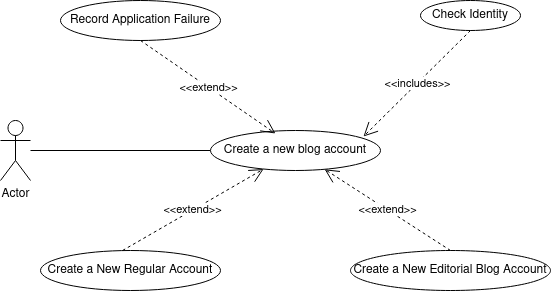
Before: blog/blog.drawio.png, a diagram exported from draw.io (RafaelMayor/ETS). Source tidied: cells renumbered, new cells last; positions are measured from the earlier drawing's top-left corner, leaving out a move shared by most shapes. Source of this version:
```xml
<mxGraphModel>
  <root>
    <mxCell id="0" />
    <mxCell id="1" parent="0" />
    <mxCell id="2" style="edgeStyle=orthogonalEdgeStyle;rounded=0;jettySize=auto;html=1;entryX=0;entryY=0.5;entryDx=0;entryDy=0;endArrow=none;endFill=0;" parent="1" edge="1" source="3" target="8">
      <mxGeometry relative="1" as="geometry" />
    </mxCell>
    <mxCell id="3" value="Actor" style="shape=umlActor;verticalLabelPosition=bottom;verticalAlign=top;html=1;outlineConnect=0;" parent="1" vertex="1">
      <mxGeometry y="120" width="30" height="60" as="geometry" />
    </mxCell>
    <mxCell id="4" value="Check Identity" style="ellipse;whiteSpace=wrap;html=1;" parent="1" vertex="1">
      <mxGeometry x="420" width="100" height="30" as="geometry" />
    </mxCell>
    <mxCell id="5" value="&lt;div&gt;Create a New Editorial Blog Account&lt;/div&gt;" style="ellipse;whiteSpace=wrap;html=1;" parent="1" vertex="1">
      <mxGeometry x="350" y="250" width="200" height="40" as="geometry" />
    </mxCell>
    <mxCell id="6" value="Create a New Regular Account" style="ellipse;whiteSpace=wrap;html=1;" parent="1" vertex="1">
      <mxGeometry x="40" y="250" width="180" height="40" as="geometry" />
    </mxCell>
    <mxCell id="7" value="Record Application Failure" style="ellipse;whiteSpace=wrap;html=1;" parent="1" vertex="1">
      <mxGeometry x="60" width="160" height="40" as="geometry" />
    </mxCell>
    <mxCell id="8" value="Create a new blog account" style="ellipse;whiteSpace=wrap;html=1;" parent="1" vertex="1">
      <mxGeometry x="210" y="130" width="170" height="40" as="geometry" />
    </mxCell>
    <mxCell id="9" value="&amp;lt;&amp;lt;extend&amp;gt;&amp;gt;" style="endArrow=open;endSize=12;dashed=1;html=1;rounded=0;exitX=0.5;exitY=1;exitDx=0;exitDy=0;entryX=0.382;entryY=0.075;entryDx=0;entryDy=0;entryPerimeter=0;" parent="1" edge="1" source="7" target="8">
      <mxGeometry relative="1" as="geometry" />
    </mxCell>
    <mxCell id="10" value="&amp;lt;&amp;lt;includes&amp;gt;&amp;gt;" style="endArrow=open;endSize=12;dashed=1;html=1;rounded=0;exitX=0.5;exitY=1;exitDx=0;exitDy=0;entryX=0.9;entryY=0.15;entryDx=0;entryDy=0;entryPerimeter=0;" parent="1" edge="1" source="4" target="8">
      <mxGeometry relative="1" as="geometry" />
    </mxCell>
    <mxCell id="11" value="&amp;lt;&amp;lt;extend&amp;gt;&amp;gt;" style="endArrow=open;endSize=12;dashed=1;html=1;rounded=0;exitX=0.5;exitY=0;exitDx=0;exitDy=0;" parent="1" edge="1" source="5" target="8">
      <mxGeometry relative="1" as="geometry" />
    </mxCell>
    <mxCell id="12" value="&amp;lt;&amp;lt;extend&amp;gt;&amp;gt;" style="endArrow=open;endSize=12;dashed=1;html=1;rounded=0;exitX=0.456;exitY=0;exitDx=0;exitDy=0;exitPerimeter=0;" parent="1" edge="1" source="6" target="8">
      <mxGeometry relative="1" as="geometry" />
    </mxCell>
  </root>
</mxGraphModel>
```
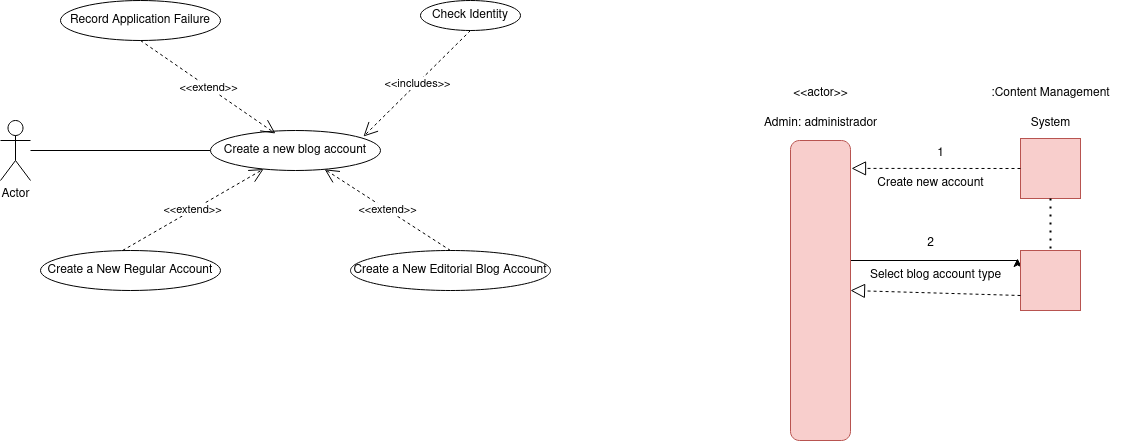
The same file after the commit.

Diff of the diagram source:
```diff
@@ -35,5 +35,54 @@
     <mxCell id="12" value="&amp;lt;&amp;lt;extend&amp;gt;&amp;gt;" style="endArrow=open;endSize=12;dashed=1;html=1;rounded=0;exitX=0.456;exitY=0;exitDx=0;exitDy=0;exitPerimeter=0;" parent="1" edge="1" source="6" target="8">
       <mxGeometry relative="1" as="geometry" />
     </mxCell>
+    <mxCell id="13" value="&amp;lt;&amp;lt;actor&amp;gt;&amp;gt;" style="text;html=1;align=center;verticalAlign=middle;strokeColor=none;fillColor=none;" parent="1" vertex="1">
+      <mxGeometry x="780" y="78" width="80" height="30" as="geometry" />
+    </mxCell>
+    <mxCell id="14" value="Admin: administrador" style="text;html=1;align=center;verticalAlign=middle;strokeColor=none;fillColor=none;" parent="1" vertex="1">
+      <mxGeometry x="750" y="108" width="140" height="30" as="geometry" />
+    </mxCell>
+    <mxCell id="15" style="edgeStyle=orthogonalEdgeStyle;rounded=0;jettySize=auto;html=1;entryX=-0.05;entryY=0.133;entryDx=0;entryDy=0;exitX=0.4;exitY=0;exitDx=0;exitDy=0;exitPerimeter=0;entryPerimeter=0;" parent="1" edge="1" source="16" target="20">
+      <mxGeometry relative="1" as="geometry">
+        <Array as="points">
+          <mxPoint x="1017" y="260" />
+        </Array>
+      </mxGeometry>
+    </mxCell>
+    <mxCell id="16" style="rounded=1;whiteSpace=wrap;html=1;rotation=90;fillColor=#f8cecc;strokeColor=#b85450;" parent="1" vertex="1">
+      <mxGeometry x="670" y="260" width="300" height="60" as="geometry" />
+    </mxCell>
+    <mxCell id="17" value=":Content Management" style="text;html=1;align=center;verticalAlign=middle;strokeColor=none;fillColor=none;" parent="1" vertex="1">
+      <mxGeometry x="980" y="78" width="140" height="30" as="geometry" />
+    </mxCell>
+    <mxCell id="18" value="System" style="text;html=1;align=center;verticalAlign=middle;strokeColor=none;fillColor=none;" parent="1" vertex="1">
+      <mxGeometry x="1020" y="108" width="60" height="30" as="geometry" />
+    </mxCell>
+    <mxCell id="19" style="whiteSpace=wrap;html=1;fillColor=#f8cecc;strokeColor=#b85450;" parent="1" vertex="1">
+      <mxGeometry x="1020" y="138" width="60" height="60" as="geometry" />
+    </mxCell>
+    <mxCell id="20" style="whiteSpace=wrap;html=1;fillColor=#f8cecc;strokeColor=#b85450;" parent="1" vertex="1">
+      <mxGeometry x="1020" y="250" width="60" height="60" as="geometry" />
+    </mxCell>
+    <mxCell id="21" style="endArrow=none;dashed=1;html=1;dashPattern=1 3;strokeWidth=2;rounded=0;entryX=0.5;entryY=0;entryDx=0;entryDy=0;" parent="1" edge="1" source="19" target="20">
+      <mxGeometry relative="1" as="geometry" />
+    </mxCell>
+    <mxCell id="22" style="endArrow=block;dashed=1;endFill=0;endSize=12;html=1;rounded=0;entryX=0.093;entryY=-0.017;entryDx=0;entryDy=0;entryPerimeter=0;exitX=0;exitY=0.5;exitDx=0;exitDy=0;" parent="1" edge="1" source="19" target="16">
+      <mxGeometry relative="1" as="geometry" />
+    </mxCell>
+    <mxCell id="23" value="Create new account" style="text;html=1;align=center;verticalAlign=middle;strokeColor=none;fillColor=none;" parent="1" vertex="1">
+      <mxGeometry x="865" y="168" width="130" height="30" as="geometry" />
+    </mxCell>
+    <mxCell id="24" value="1" style="text;html=1;align=center;verticalAlign=middle;strokeColor=none;fillColor=none;" parent="1" vertex="1">
+      <mxGeometry x="925" y="138" width="30" height="30" as="geometry" />
+    </mxCell>
+    <mxCell id="25" value="2" style="text;html=1;align=center;verticalAlign=middle;strokeColor=none;fillColor=none;" parent="1" vertex="1">
+      <mxGeometry x="915" y="228" width="30" height="30" as="geometry" />
+    </mxCell>
+    <mxCell id="26" value="Select blog account type" style="text;html=1;align=center;verticalAlign=middle;strokeColor=none;fillColor=none;" parent="1" vertex="1">
+      <mxGeometry x="860" y="260" width="150" height="30" as="geometry" />
+    </mxCell>
+    <mxCell id="27" style="endArrow=block;dashed=1;endFill=0;endSize=12;html=1;rounded=0;entryX=0.5;entryY=0;entryDx=0;entryDy=0;exitX=0;exitY=0.75;exitDx=0;exitDy=0;" parent="1" edge="1" source="20" target="16">
+      <mxGeometry relative="1" as="geometry" />
+    </mxCell>
   </root>
 </mxGraphModel>
```
